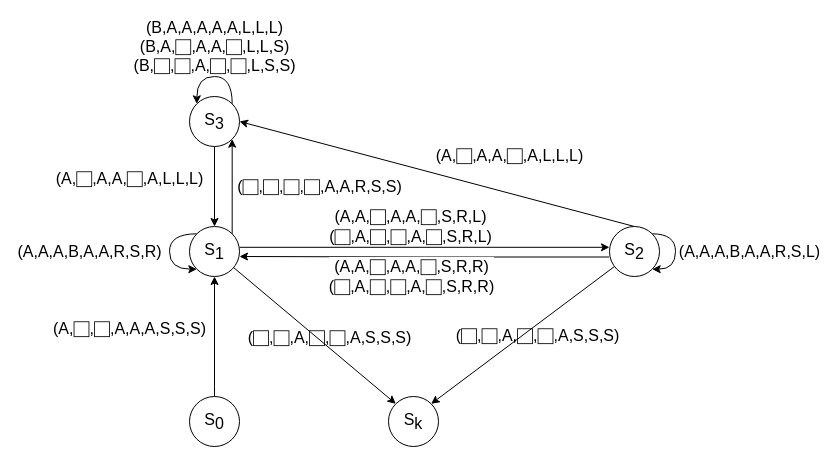
Above: src/main/resources/Graph.drawio in MateuszSapala/turing-machine-multi-tape (draw.io), before the change. Source tidied: cells renumbered, new cells numbered last; positions are measured from the earlier drawing's top-left corner, leaving out a move shared by most shapes. Both pictures are drawn from the tidied source at 100%, with x=0, y=0 at pixel (169, 76).
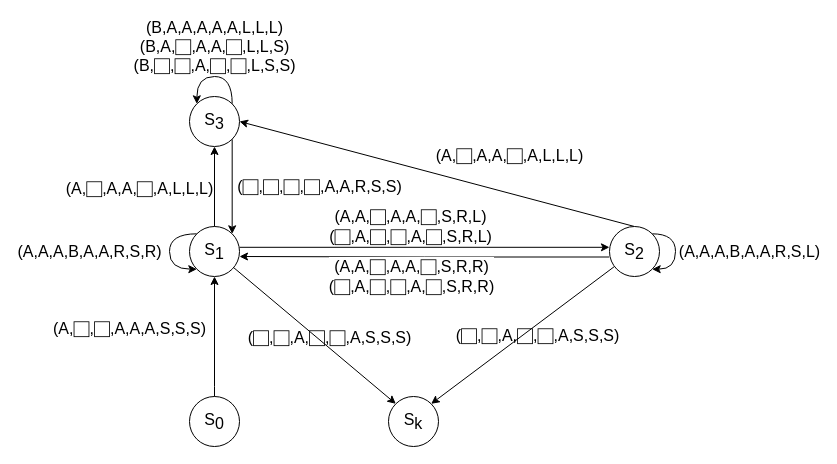
Above is the later version.

The change refers to these unchanged cells:
```xml
<mxCell id="8" value="S&lt;sub style=&quot;font-size: 16px;&quot;&gt;1&lt;/sub&gt;" style="ellipse;whiteSpace=wrap;html=1;spacing=2;fontSize=16;" parent="1" vertex="1">
  <mxGeometry x="20" y="150" width="50" height="50" as="geometry" />
</mxCell>
<mxCell id="17" value="S&lt;sub style=&quot;font-size: 16px;&quot;&gt;3&lt;/sub&gt;" style="ellipse;whiteSpace=wrap;html=1;spacing=2;fontSize=16;" parent="1" vertex="1">
  <mxGeometry x="20" y="20" width="50" height="50" as="geometry" />
</mxCell>
```

Diff of the diagram source:
```diff
@@
-    <mxCell id="5" value="&lt;font style=&quot;font-size: 16px;&quot;&gt;(&lt;/font&gt;&lt;font style=&quot;font-size: 16px;&quot;&gt;&lt;font style=&quot;font-size: 16px;&quot;&gt;&lt;font style=&quot;font-size: 16px;&quot;&gt;&lt;font style=&quot;font-size: 16px;&quot;&gt;&lt;font style=&quot;font-size: 16px;&quot;&gt;&lt;font style=&quot;font-size: 16px;&quot;&gt;&lt;font style=&quot;font-size: 16px;&quot;&gt;&lt;font style=&quot;font-size: 16px;&quot;&gt;&lt;font style=&quot;font-size: 16px;&quot;&gt;&lt;font style=&quot;font-size: 16px;&quot;&gt;&lt;font style=&quot;font-size: 16px;&quot;&gt;&lt;font style=&quot;font-size: 16px;&quot;&gt;&lt;font style=&quot;font-size: 16px;&quot;&gt;&lt;font style=&quot;font-size: 16px;&quot;&gt;&lt;font style=&quot;font-size: 16px;&quot;&gt;&lt;font style=&quot;font-size: 16px;&quot;&gt;&lt;font style=&quot;font-size: 16px;&quot;&gt;&lt;font style=&quot;font-size: 16px;&quot;&gt;&lt;font style=&quot;font-size: 16px;&quot;&gt;&lt;font style=&quot;font-size: 16px;&quot;&gt;&lt;font style=&quot;font-size: 16px;&quot;&gt;⬜︎,&lt;/font&gt;&lt;/font&gt;&lt;/font&gt;&lt;/font&gt;&lt;/font&gt;&lt;/font&gt;&lt;/font&gt;&lt;/font&gt;&lt;/font&gt;&lt;/font&gt;&lt;/font&gt;&lt;/font&gt;&lt;/font&gt;&lt;/font&gt;&lt;/font&gt;&lt;/font&gt;&lt;/font&gt;&lt;/font&gt;&lt;/font&gt;&lt;/font&gt;&lt;/font&gt;&lt;font style=&quot;font-size: 16px;&quot;&gt;&lt;font style=&quot;font-size: 16px;&quot;&gt;&lt;font style=&quot;font-size: 16px;&quot;&gt;&lt;font style=&quot;font-size: 16px;&quot;&gt;&lt;font style=&quot;font-size: 16px;&quot;&gt;&lt;font style=&quot;font-size: 16px;&quot;&gt;&lt;font style=&quot;font-size: 16px;&quot;&gt;&lt;font style=&quot;font-size: 16px;&quot;&gt;&lt;font style=&quot;font-size: 16px;&quot;&gt;&lt;font style=&quot;font-size: 16px;&quot;&gt;&lt;font style=&quot;font-size: 16px;&quot;&gt;&lt;font style=&quot;font-size: 16px;&quot;&gt;&lt;font style=&quot;font-size: 16px;&quot;&gt;&lt;font style=&quot;font-size: 16px;&quot;&gt;&lt;font style=&quot;font-size: 16px;&quot;&gt;&lt;font style=&quot;font-size: 16px;&quot;&gt;&lt;font style=&quot;font-size: 16px;&quot;&gt;&lt;font style=&quot;font-size: 16px;&quot;&gt;&lt;font style=&quot;font-size: 16px;&quot;&gt;&lt;font style=&quot;font-size: 16px;&quot;&gt;&lt;font style=&quot;font-size: 16px;&quot;&gt;⬜︎&lt;/font&gt;&lt;/font&gt;&lt;/font&gt;&lt;/font&gt;&lt;/font&gt;&lt;/font&gt;&lt;/font&gt;&lt;/font&gt;&lt;/font&gt;&lt;/font&gt;&lt;/font&gt;&lt;/font&gt;&lt;/font&gt;&lt;/font&gt;&lt;/font&gt;&lt;/font&gt;&lt;/font&gt;&lt;/font&gt;&lt;/font&gt;&lt;/font&gt;&lt;/font&gt;&lt;font style=&quot;font-size: 16px;&quot;&gt;&lt;font style=&quot;font-size: 16px;&quot;&gt;&lt;font style=&quot;font-size: 16px;&quot;&gt;&lt;font style=&quot;font-size: 16px;&quot;&gt;&lt;font style=&quot;font-size: 16px;&quot;&gt;&lt;font style=&quot;font-size: 16px;&quot;&gt;&lt;font style=&quot;font-size: 16px;&quot;&gt;&lt;font style=&quot;font-size: 16px;&quot;&gt;&lt;font style=&quot;font-size: 16px;&quot;&gt;&lt;font style=&quot;font-size: 16px;&quot;&gt;&lt;font style=&quot;font-size: 16px;&quot;&gt;&lt;font style=&quot;font-size: 16px;&quot;&gt;&lt;font style=&quot;font-size: 16px;&quot;&gt;&lt;font style=&quot;font-size: 16px;&quot;&gt;&lt;font style=&quot;font-size: 16px;&quot;&gt;&lt;font style=&quot;font-size: 16px;&quot;&gt;&lt;font style=&quot;font-size: 16px;&quot;&gt;&lt;font style=&quot;font-size: 16px;&quot;&gt;&lt;font style=&quot;font-size: 16px;&quot;&gt;&lt;font style=&quot;font-size: 16px;&quot;&gt;&lt;font style=&quot;font-size: 16px;&quot;&gt;,&lt;/font&gt;&lt;/font&gt;&lt;/font&gt;&lt;/font&gt;&lt;/font&gt;&lt;/font&gt;&lt;/font&gt;&lt;/font&gt;&lt;/font&gt;&lt;/font&gt;&lt;/font&gt;&lt;/font&gt;&lt;/font&gt;&lt;/font&gt;&lt;/font&gt;&lt;/font&gt;&lt;/font&gt;&lt;/font&gt;&lt;/font&gt;&lt;/font&gt;&lt;/font&gt;&lt;font style=&quot;font-size: 16px;&quot;&gt;&lt;font style=&quot;font-size: 16px;&quot;&gt;&lt;font style=&quot;font-size: 16px;&quot;&gt;&lt;font style=&quot;font-size: 16px;&quot;&gt;&lt;font style=&quot;font-size: 16px;&quot;&gt;&lt;font style=&quot;font-size: 16px;&quot;&gt;&lt;font style=&quot;font-size: 16px;&quot;&gt;&lt;font style=&quot;font-size: 16px;&quot;&gt;&lt;font style=&quot;font-size: 16px;&quot;&gt;&lt;font style=&quot;font-size: 16px;&quot;&gt;&lt;font style=&quot;font-size: 16px;&quot;&gt;&lt;font style=&quot;font-size: 16px;&quot;&gt;&lt;font style=&quot;font-size: 16px;&quot;&gt;&lt;font style=&quot;font-size: 16px;&quot;&gt;&lt;font style=&quot;font-size: 16px;&quot;&gt;&lt;font style=&quot;font-size: 16px;&quot;&gt;&lt;font style=&quot;font-size: 16px;&quot;&gt;&lt;font style=&quot;font-size: 16px;&quot;&gt;&lt;font style=&quot;font-size: 16px;&quot;&gt;&lt;font style=&quot;font-size: 16px;&quot;&gt;&lt;font style=&quot;font-size: 16px;&quot;&gt;⬜︎,&lt;/font&gt;&lt;/font&gt;&lt;/font&gt;&lt;/font&gt;&lt;/font&gt;&lt;/font&gt;&lt;/font&gt;&lt;/font&gt;&lt;/font&gt;&lt;/font&gt;&lt;/font&gt;&lt;/font&gt;&lt;/font&gt;&lt;/font&gt;&lt;/font&gt;&lt;/font&gt;&lt;/font&gt;&lt;/font&gt;&lt;/font&gt;&lt;/font&gt;&lt;/font&gt;&lt;font style=&quot;font-size: 16px;&quot;&gt;&lt;font style=&quot;font-size: 16px;&quot;&gt;&lt;font style=&quot;font-size: 16px;&quot;&gt;&lt;font style=&quot;font-size: 16px;&quot;&gt;&lt;font style=&quot;font-size: 16px;&quot;&gt;&lt;font style=&quot;font-size: 16px;&quot;&gt;&lt;font style=&quot;font-size: 16px;&quot;&gt;&lt;font style=&quot;font-size: 16px;&quot;&gt;&lt;font style=&quot;font-size: 16px;&quot;&gt;&lt;font style=&quot;font-size: 16px;&quot;&gt;&lt;font style=&quot;font-size: 16px;&quot;&gt;&lt;font style=&quot;font-size: 16px;&quot;&gt;&lt;font style=&quot;font-size: 16px;&quot;&gt;&lt;font style=&quot;font-size: 16px;&quot;&gt;&lt;font style=&quot;font-size: 16px;&quot;&gt;&lt;font style=&quot;font-size: 16px;&quot;&gt;&lt;font style=&quot;font-size: 16px;&quot;&gt;&lt;font style=&quot;font-size: 16px;&quot;&gt;&lt;font style=&quot;font-size: 16px;&quot;&gt;&lt;font style=&quot;font-size: 16px;&quot;&gt;&lt;font style=&quot;font-size: 16px;&quot;&gt;⬜︎,A,&lt;/font&gt;&lt;/font&gt;&lt;/font&gt;&lt;/font&gt;&lt;/font&gt;&lt;/font&gt;&lt;/font&gt;&lt;/font&gt;&lt;/font&gt;&lt;/font&gt;&lt;/font&gt;&lt;/font&gt;&lt;/font&gt;&lt;/font&gt;&lt;/font&gt;&lt;/font&gt;&lt;/font&gt;&lt;/font&gt;&lt;/font&gt;&lt;/font&gt;&lt;/font&gt;&lt;font style=&quot;font-size: 16px;&quot;&gt;&lt;font style=&quot;font-size: 16px;&quot;&gt;&lt;font style=&quot;font-size: 16px;&quot;&gt;&lt;font style=&quot;font-size: 16px;&quot;&gt;&lt;font style=&quot;font-size: 16px;&quot;&gt;&lt;font style=&quot;font-size: 16px;&quot;&gt;&lt;font style=&quot;font-size: 16px;&quot;&gt;&lt;font style=&quot;font-size: 16px;&quot;&gt;&lt;font style=&quot;font-size: 16px;&quot;&gt;&lt;font style=&quot;font-size: 16px;&quot;&gt;&lt;font style=&quot;font-size: 16px;&quot;&gt;&lt;font style=&quot;font-size: 16px;&quot;&gt;&lt;font style=&quot;font-size: 16px;&quot;&gt;&lt;font style=&quot;font-size: 16px;&quot;&gt;&lt;font style=&quot;font-size: 16px;&quot;&gt;&lt;font style=&quot;font-size: 16px;&quot;&gt;&lt;font style=&quot;font-size: 16px;&quot;&gt;&lt;font style=&quot;font-size: 16px;&quot;&gt;&lt;font style=&quot;font-size: 16px;&quot;&gt;&lt;font style=&quot;font-size: 16px;&quot;&gt;&lt;font style=&quot;font-size: 16px;&quot;&gt;A,R,S,S&lt;/font&gt;&lt;/font&gt;&lt;/font&gt;&lt;/font&gt;&lt;/font&gt;&lt;/font&gt;&lt;/font&gt;&lt;/font&gt;&lt;/font&gt;&lt;/font&gt;&lt;/font&gt;&lt;/font&gt;&lt;/font&gt;&lt;/font&gt;&lt;/font&gt;&lt;/font&gt;&lt;/font&gt;&lt;/font&gt;&lt;/font&gt;&lt;/font&gt;&lt;/font&gt;&lt;font style=&quot;font-size: 16px;&quot;&gt;)&lt;/font&gt;" style="rounded=0;jettySize=auto;html=1;entryX=1;entryY=1;entryDx=0;entryDy=0;exitX=1;exitY=0;exitDx=0;exitDy=0;" parent="1" edge="1" source="8" target="17">
-      <mxGeometry y="-87" relative="1" as="geometry" />
+    <mxCell id="5" value="&lt;font style=&quot;font-size: 16px;&quot;&gt;(&lt;/font&gt;&lt;font style=&quot;font-size: 16px;&quot;&gt;&lt;font style=&quot;font-size: 16px;&quot;&gt;&lt;font style=&quot;font-size: 16px;&quot;&gt;&lt;font style=&quot;font-size: 16px;&quot;&gt;&lt;font style=&quot;font-size: 16px;&quot;&gt;&lt;font style=&quot;font-size: 16px;&quot;&gt;&lt;font style=&quot;font-size: 16px;&quot;&gt;&lt;font style=&quot;font-size: 16px;&quot;&gt;&lt;font style=&quot;font-size: 16px;&quot;&gt;&lt;font style=&quot;font-size: 16px;&quot;&gt;&lt;font style=&quot;font-size: 16px;&quot;&gt;&lt;font style=&quot;font-size: 16px;&quot;&gt;&lt;font style=&quot;font-size: 16px;&quot;&gt;&lt;font style=&quot;font-size: 16px;&quot;&gt;&lt;font style=&quot;font-size: 16px;&quot;&gt;&lt;font style=&quot;font-size: 16px;&quot;&gt;&lt;font style=&quot;font-size: 16px;&quot;&gt;&lt;font style=&quot;font-size: 16px;&quot;&gt;&lt;font style=&quot;font-size: 16px;&quot;&gt;&lt;font style=&quot;font-size: 16px;&quot;&gt;&lt;font style=&quot;font-size: 16px;&quot;&gt;⬜︎,&lt;/font&gt;&lt;/font&gt;&lt;/font&gt;&lt;/font&gt;&lt;/font&gt;&lt;/font&gt;&lt;/font&gt;&lt;/font&gt;&lt;/font&gt;&lt;/font&gt;&lt;/font&gt;&lt;/font&gt;&lt;/font&gt;&lt;/font&gt;&lt;/font&gt;&lt;/font&gt;&lt;/font&gt;&lt;/font&gt;&lt;/font&gt;&lt;/font&gt;&lt;/font&gt;&lt;font style=&quot;font-size: 16px;&quot;&gt;&lt;font style=&quot;font-size: 16px;&quot;&gt;&lt;font style=&quot;font-size: 16px;&quot;&gt;&lt;font style=&quot;font-size: 16px;&quot;&gt;&lt;font style=&quot;font-size: 16px;&quot;&gt;&lt;font style=&quot;font-size: 16px;&quot;&gt;&lt;font style=&quot;font-size: 16px;&quot;&gt;&lt;font style=&quot;font-size: 16px;&quot;&gt;&lt;font style=&quot;font-size: 16px;&quot;&gt;&lt;font style=&quot;font-size: 16px;&quot;&gt;&lt;font style=&quot;font-size: 16px;&quot;&gt;&lt;font style=&quot;font-size: 16px;&quot;&gt;&lt;font style=&quot;font-size: 16px;&quot;&gt;&lt;font style=&quot;font-size: 16px;&quot;&gt;&lt;font style=&quot;font-size: 16px;&quot;&gt;&lt;font style=&quot;font-size: 16px;&quot;&gt;&lt;font style=&quot;font-size: 16px;&quot;&gt;&lt;font style=&quot;font-size: 16px;&quot;&gt;&lt;font style=&quot;font-size: 16px;&quot;&gt;&lt;font style=&quot;font-size: 16px;&quot;&gt;&lt;font style=&quot;font-size: 16px;&quot;&gt;⬜︎&lt;/font&gt;&lt;/font&gt;&lt;/font&gt;&lt;/font&gt;&lt;/font&gt;&lt;/font&gt;&lt;/font&gt;&lt;/font&gt;&lt;/font&gt;&lt;/font&gt;&lt;/font&gt;&lt;/font&gt;&lt;/font&gt;&lt;/font&gt;&lt;/font&gt;&lt;/font&gt;&lt;/font&gt;&lt;/font&gt;&lt;/font&gt;&lt;/font&gt;&lt;/font&gt;&lt;font style=&quot;font-size: 16px;&quot;&gt;&lt;font style=&quot;font-size: 16px;&quot;&gt;&lt;font style=&quot;font-size: 16px;&quot;&gt;&lt;font style=&quot;font-size: 16px;&quot;&gt;&lt;font style=&quot;font-size: 16px;&quot;&gt;&lt;font style=&quot;font-size: 16px;&quot;&gt;&lt;font style=&quot;font-size: 16px;&quot;&gt;&lt;font style=&quot;font-size: 16px;&quot;&gt;&lt;font style=&quot;font-size: 16px;&quot;&gt;&lt;font style=&quot;font-size: 16px;&quot;&gt;&lt;font style=&quot;font-size: 16px;&quot;&gt;&lt;font style=&quot;font-size: 16px;&quot;&gt;&lt;font style=&quot;font-size: 16px;&quot;&gt;&lt;font style=&quot;font-size: 16px;&quot;&gt;&lt;font style=&quot;font-size: 16px;&quot;&gt;&lt;font style=&quot;font-size: 16px;&quot;&gt;&lt;font style=&quot;font-size: 16px;&quot;&gt;&lt;font style=&quot;font-size: 16px;&quot;&gt;&lt;font style=&quot;font-size: 16px;&quot;&gt;&lt;font style=&quot;font-size: 16px;&quot;&gt;&lt;font style=&quot;font-size: 16px;&quot;&gt;,&lt;/font&gt;&lt;/font&gt;&lt;/font&gt;&lt;/font&gt;&lt;/font&gt;&lt;/font&gt;&lt;/font&gt;&lt;/font&gt;&lt;/font&gt;&lt;/font&gt;&lt;/font&gt;&lt;/font&gt;&lt;/font&gt;&lt;/font&gt;&lt;/font&gt;&lt;/font&gt;&lt;/font&gt;&lt;/font&gt;&lt;/font&gt;&lt;/font&gt;&lt;/font&gt;&lt;font style=&quot;font-size: 16px;&quot;&gt;&lt;font style=&quot;font-size: 16px;&quot;&gt;&lt;font style=&quot;font-size: 16px;&quot;&gt;&lt;font style=&quot;font-size: 16px;&quot;&gt;&lt;font style=&quot;font-size: 16px;&quot;&gt;&lt;font style=&quot;font-size: 16px;&quot;&gt;&lt;font style=&quot;font-size: 16px;&quot;&gt;&lt;font style=&quot;font-size: 16px;&quot;&gt;&lt;font style=&quot;font-size: 16px;&quot;&gt;&lt;font style=&quot;font-size: 16px;&quot;&gt;&lt;font style=&quot;font-size: 16px;&quot;&gt;&lt;font style=&quot;font-size: 16px;&quot;&gt;&lt;font style=&quot;font-size: 16px;&quot;&gt;&lt;font style=&quot;font-size: 16px;&quot;&gt;&lt;font style=&quot;font-size: 16px;&quot;&gt;&lt;font style=&quot;font-size: 16px;&quot;&gt;&lt;font style=&quot;font-size: 16px;&quot;&gt;&lt;font style=&quot;font-size: 16px;&quot;&gt;&lt;font style=&quot;font-size: 16px;&quot;&gt;&lt;font style=&quot;font-size: 16px;&quot;&gt;&lt;font style=&quot;font-size: 16px;&quot;&gt;⬜︎,&lt;/font&gt;&lt;/font&gt;&lt;/font&gt;&lt;/font&gt;&lt;/font&gt;&lt;/font&gt;&lt;/font&gt;&lt;/font&gt;&lt;/font&gt;&lt;/font&gt;&lt;/font&gt;&lt;/font&gt;&lt;/font&gt;&lt;/font&gt;&lt;/font&gt;&lt;/font&gt;&lt;/font&gt;&lt;/font&gt;&lt;/font&gt;&lt;/font&gt;&lt;/font&gt;&lt;font style=&quot;font-size: 16px;&quot;&gt;&lt;font style=&quot;font-size: 16px;&quot;&gt;&lt;font style=&quot;font-size: 16px;&quot;&gt;&lt;font style=&quot;font-size: 16px;&quot;&gt;&lt;font style=&quot;font-size: 16px;&quot;&gt;&lt;font style=&quot;font-size: 16px;&quot;&gt;&lt;font style=&quot;font-size: 16px;&quot;&gt;&lt;font style=&quot;font-size: 16px;&quot;&gt;&lt;font style=&quot;font-size: 16px;&quot;&gt;&lt;font style=&quot;font-size: 16px;&quot;&gt;&lt;font style=&quot;font-size: 16px;&quot;&gt;&lt;font style=&quot;font-size: 16px;&quot;&gt;&lt;font style=&quot;font-size: 16px;&quot;&gt;&lt;font style=&quot;font-size: 16px;&quot;&gt;&lt;font style=&quot;font-size: 16px;&quot;&gt;&lt;font style=&quot;font-size: 16px;&quot;&gt;&lt;font style=&quot;font-size: 16px;&quot;&gt;&lt;font style=&quot;font-size: 16px;&quot;&gt;&lt;font style=&quot;font-size: 16px;&quot;&gt;&lt;font style=&quot;font-size: 16px;&quot;&gt;&lt;font style=&quot;font-size: 16px;&quot;&gt;⬜︎,A,&lt;/font&gt;&lt;/font&gt;&lt;/font&gt;&lt;/font&gt;&lt;/font&gt;&lt;/font&gt;&lt;/font&gt;&lt;/font&gt;&lt;/font&gt;&lt;/font&gt;&lt;/font&gt;&lt;/font&gt;&lt;/font&gt;&lt;/font&gt;&lt;/font&gt;&lt;/font&gt;&lt;/font&gt;&lt;/font&gt;&lt;/font&gt;&lt;/font&gt;&lt;/font&gt;&lt;font style=&quot;font-size: 16px;&quot;&gt;&lt;font style=&quot;font-size: 16px;&quot;&gt;&lt;font style=&quot;font-size: 16px;&quot;&gt;&lt;font style=&quot;font-size: 16px;&quot;&gt;&lt;font style=&quot;font-size: 16px;&quot;&gt;&lt;font style=&quot;font-size: 16px;&quot;&gt;&lt;font style=&quot;font-size: 16px;&quot;&gt;&lt;font style=&quot;font-size: 16px;&quot;&gt;&lt;font style=&quot;font-size: 16px;&quot;&gt;&lt;font style=&quot;font-size: 16px;&quot;&gt;&lt;font style=&quot;font-size: 16px;&quot;&gt;&lt;font style=&quot;font-size: 16px;&quot;&gt;&lt;font style=&quot;font-size: 16px;&quot;&gt;&lt;font style=&quot;font-size: 16px;&quot;&gt;&lt;font style=&quot;font-size: 16px;&quot;&gt;&lt;font style=&quot;font-size: 16px;&quot;&gt;&lt;font style=&quot;font-size: 16px;&quot;&gt;&lt;font style=&quot;font-size: 16px;&quot;&gt;&lt;font style=&quot;font-size: 16px;&quot;&gt;&lt;font style=&quot;font-size: 16px;&quot;&gt;&lt;font style=&quot;font-size: 16px;&quot;&gt;A,R,S,S&lt;/font&gt;&lt;/font&gt;&lt;/font&gt;&lt;/font&gt;&lt;/font&gt;&lt;/font&gt;&lt;/font&gt;&lt;/font&gt;&lt;/font&gt;&lt;/font&gt;&lt;/font&gt;&lt;/font&gt;&lt;/font&gt;&lt;/font&gt;&lt;/font&gt;&lt;/font&gt;&lt;/font&gt;&lt;/font&gt;&lt;/font&gt;&lt;/font&gt;&lt;/font&gt;&lt;font style=&quot;font-size: 16px;&quot;&gt;)&lt;/font&gt;" style="rounded=0;jettySize=auto;html=1;entryX=1;entryY=0;entryDx=0;entryDy=0;exitX=1;exitY=1;exitDx=0;exitDy=0;" parent="1" edge="1" source="17" target="8">
+      <mxGeometry y="87" relative="1" as="geometry" />
     </mxCell>
@@
-    <mxCell id="15" value="&lt;font style=&quot;font-size: 16px;&quot;&gt;(A,&lt;font style=&quot;font-size: 16px;&quot;&gt;&lt;font style=&quot;font-size: 16px;&quot;&gt;&lt;font style=&quot;font-size: 16px;&quot;&gt;&lt;font style=&quot;font-size: 16px;&quot;&gt;&lt;font style=&quot;font-size: 16px;&quot;&gt;&lt;font style=&quot;font-size: 16px;&quot;&gt;&lt;font style=&quot;font-size: 16px;&quot;&gt;&lt;font style=&quot;font-size: 16px;&quot;&gt;&lt;font style=&quot;font-size: 16px;&quot;&gt;&lt;font style=&quot;font-size: 16px;&quot;&gt;&lt;font style=&quot;font-size: 16px;&quot;&gt;&lt;font style=&quot;font-size: 16px;&quot;&gt;&lt;font style=&quot;font-size: 16px;&quot;&gt;&lt;font style=&quot;font-size: 16px;&quot;&gt;&lt;font style=&quot;font-size: 16px;&quot;&gt;&lt;font style=&quot;font-size: 16px;&quot;&gt;&lt;font style=&quot;font-size: 16px;&quot;&gt;&lt;font style=&quot;font-size: 16px;&quot;&gt;&lt;font style=&quot;font-size: 16px;&quot;&gt;&lt;font style=&quot;font-size: 16px;&quot;&gt;⬜︎&lt;/font&gt;&lt;/font&gt;&lt;/font&gt;&lt;/font&gt;&lt;/font&gt;&lt;/font&gt;&lt;/font&gt;&lt;/font&gt;&lt;/font&gt;&lt;/font&gt;&lt;/font&gt;&lt;/font&gt;&lt;/font&gt;&lt;/font&gt;&lt;/font&gt;&lt;/font&gt;&lt;/font&gt;&lt;/font&gt;&lt;/font&gt;&lt;/font&gt;,A,A,&lt;font style=&quot;font-size: 16px;&quot;&gt;&lt;font style=&quot;font-size: 16px;&quot;&gt;&lt;font style=&quot;font-size: 16px;&quot;&gt;&lt;font style=&quot;font-size: 16px;&quot;&gt;&lt;font style=&quot;font-size: 16px;&quot;&gt;&lt;font style=&quot;font-size: 16px;&quot;&gt;&lt;font style=&quot;font-size: 16px;&quot;&gt;&lt;font style=&quot;font-size: 16px;&quot;&gt;&lt;font style=&quot;font-size: 16px;&quot;&gt;&lt;font style=&quot;font-size: 16px;&quot;&gt;&lt;font style=&quot;font-size: 16px;&quot;&gt;&lt;font style=&quot;font-size: 16px;&quot;&gt;&lt;font style=&quot;font-size: 16px;&quot;&gt;&lt;font style=&quot;font-size: 16px;&quot;&gt;&lt;font style=&quot;font-size: 16px;&quot;&gt;&lt;font style=&quot;font-size: 16px;&quot;&gt;&lt;font style=&quot;font-size: 16px;&quot;&gt;&lt;font style=&quot;font-size: 16px;&quot;&gt;&lt;font style=&quot;font-size: 16px;&quot;&gt;&lt;font style=&quot;font-size: 16px;&quot;&gt;⬜︎&lt;/font&gt;&lt;/font&gt;&lt;/font&gt;&lt;/font&gt;&lt;/font&gt;&lt;/font&gt;&lt;/font&gt;&lt;/font&gt;&lt;/font&gt;&lt;/font&gt;&lt;/font&gt;&lt;/font&gt;&lt;/font&gt;&lt;/font&gt;&lt;/font&gt;&lt;/font&gt;&lt;/font&gt;&lt;/font&gt;&lt;/font&gt;&lt;/font&gt;,A,L,L,L)&lt;/font&gt;" style="rounded=0;jettySize=auto;html=1;entryX=0.5;entryY=0;entryDx=0;entryDy=0;exitX=0.5;exitY=1;exitDx=0;exitDy=0;labelBackgroundColor=none;fontSize=20;" parent="1" edge="1" source="17" target="8">
-      <mxGeometry x="-0.25" y="-85" relative="1" as="geometry" />
+    <mxCell id="15" value="&lt;font style=&quot;font-size: 16px;&quot;&gt;(A,&lt;font style=&quot;font-size: 16px;&quot;&gt;&lt;font style=&quot;font-size: 16px;&quot;&gt;&lt;font style=&quot;font-size: 16px;&quot;&gt;&lt;font style=&quot;font-size: 16px;&quot;&gt;&lt;font style=&quot;font-size: 16px;&quot;&gt;&lt;font style=&quot;font-size: 16px;&quot;&gt;&lt;font style=&quot;font-size: 16px;&quot;&gt;&lt;font style=&quot;font-size: 16px;&quot;&gt;&lt;font style=&quot;font-size: 16px;&quot;&gt;&lt;font style=&quot;font-size: 16px;&quot;&gt;&lt;font style=&quot;font-size: 16px;&quot;&gt;&lt;font style=&quot;font-size: 16px;&quot;&gt;&lt;font style=&quot;font-size: 16px;&quot;&gt;&lt;font style=&quot;font-size: 16px;&quot;&gt;&lt;font style=&quot;font-size: 16px;&quot;&gt;&lt;font style=&quot;font-size: 16px;&quot;&gt;&lt;font style=&quot;font-size: 16px;&quot;&gt;&lt;font style=&quot;font-size: 16px;&quot;&gt;&lt;font style=&quot;font-size: 16px;&quot;&gt;&lt;font style=&quot;font-size: 16px;&quot;&gt;⬜︎&lt;/font&gt;&lt;/font&gt;&lt;/font&gt;&lt;/font&gt;&lt;/font&gt;&lt;/font&gt;&lt;/font&gt;&lt;/font&gt;&lt;/font&gt;&lt;/font&gt;&lt;/font&gt;&lt;/font&gt;&lt;/font&gt;&lt;/font&gt;&lt;/font&gt;&lt;/font&gt;&lt;/font&gt;&lt;/font&gt;&lt;/font&gt;&lt;/font&gt;,A,A,&lt;font style=&quot;font-size: 16px;&quot;&gt;&lt;font style=&quot;font-size: 16px;&quot;&gt;&lt;font style=&quot;font-size: 16px;&quot;&gt;&lt;font style=&quot;font-size: 16px;&quot;&gt;&lt;font style=&quot;font-size: 16px;&quot;&gt;&lt;font style=&quot;font-size: 16px;&quot;&gt;&lt;font style=&quot;font-size: 16px;&quot;&gt;&lt;font style=&quot;font-size: 16px;&quot;&gt;&lt;font style=&quot;font-size: 16px;&quot;&gt;&lt;font style=&quot;font-size: 16px;&quot;&gt;&lt;font style=&quot;font-size: 16px;&quot;&gt;&lt;font style=&quot;font-size: 16px;&quot;&gt;&lt;font style=&quot;font-size: 16px;&quot;&gt;&lt;font style=&quot;font-size: 16px;&quot;&gt;&lt;font style=&quot;font-size: 16px;&quot;&gt;&lt;font style=&quot;font-size: 16px;&quot;&gt;&lt;font style=&quot;font-size: 16px;&quot;&gt;&lt;font style=&quot;font-size: 16px;&quot;&gt;&lt;font style=&quot;font-size: 16px;&quot;&gt;&lt;font style=&quot;font-size: 16px;&quot;&gt;⬜︎&lt;/font&gt;&lt;/font&gt;&lt;/font&gt;&lt;/font&gt;&lt;/font&gt;&lt;/font&gt;&lt;/font&gt;&lt;/font&gt;&lt;/font&gt;&lt;/font&gt;&lt;/font&gt;&lt;/font&gt;&lt;/font&gt;&lt;/font&gt;&lt;/font&gt;&lt;/font&gt;&lt;/font&gt;&lt;/font&gt;&lt;/font&gt;&lt;/font&gt;,A,L,L,L)&lt;/font&gt;" style="rounded=0;jettySize=auto;html=1;entryX=0.5;entryY=1;entryDx=0;entryDy=0;exitX=0.5;exitY=0;exitDx=0;exitDy=0;labelBackgroundColor=none;fontSize=20;" parent="1" edge="1" source="8" target="17">
+      <mxGeometry y="75" relative="1" as="geometry" />
     </mxCell>
```
